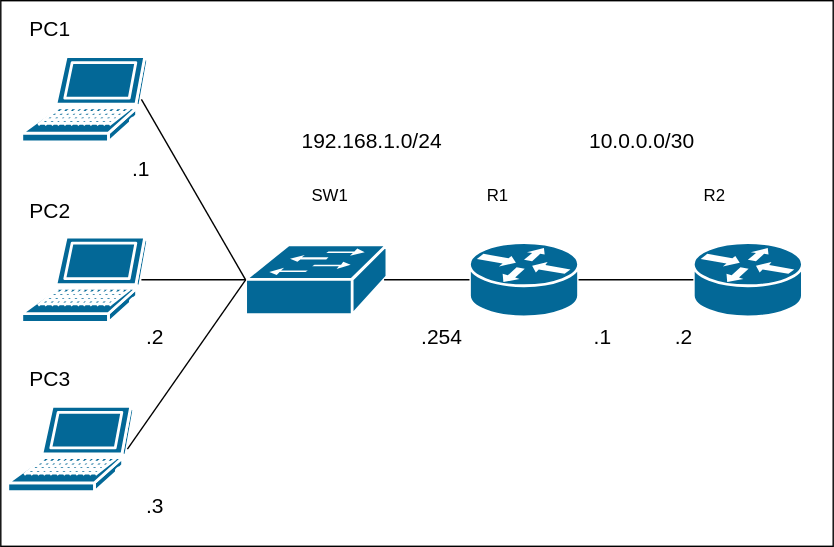
Before: basic_nat01/fig/pat01.drawio.svg, a diagram exported from draw.io (ECCNetLab/problems). Source tidied: cells renumbered, new cells last; positions are measured from the earlier drawing's top-left corner, leaving out a move shared by most shapes. The source it was exported from:
```xml
<mxGraphModel background="#ffffff">
  <root>
    <mxCell id="0" />
    <mxCell id="1" parent="0" />
    <mxCell id="2" style="rounded=0;whiteSpace=wrap;html=1;fontFamily=Helvetica;fontSize=12;fontColor=#000000;fillColor=none;gradientColor=none;" parent="1" vertex="1">
      <mxGeometry width="595" height="390" as="geometry" />
    </mxCell>
    <mxCell id="3" style="shape=mxgraph.cisco.routers.router;sketch=0;html=1;dashed=0;fillColor=#036897;strokeColor=#ffffff;strokeWidth=2;verticalLabelPosition=bottom;verticalAlign=top;align=center;outlineConnect=0;" parent="1" vertex="1">
      <mxGeometry x="335" y="173" width="78" height="53" as="geometry" />
    </mxCell>
    <mxCell id="4" style="shape=mxgraph.cisco.routers.router;sketch=0;html=1;dashed=0;fillColor=#036897;strokeColor=#ffffff;strokeWidth=2;verticalLabelPosition=bottom;verticalAlign=top;align=center;outlineConnect=0;" parent="1" vertex="1">
      <mxGeometry x="495" y="173" width="78" height="53" as="geometry" />
    </mxCell>
    <mxCell id="5" style="shape=mxgraph.cisco.switches.workgroup_switch;sketch=0;html=1;dashed=0;fillColor=#036897;strokeColor=#ffffff;strokeWidth=2;verticalLabelPosition=bottom;verticalAlign=top;align=center;outlineConnect=0;" parent="1" vertex="1">
      <mxGeometry x="175" y="174.5" width="101" height="50" as="geometry" />
    </mxCell>
    <mxCell id="6" style="shape=mxgraph.cisco.computers_and_peripherals.laptop;html=1;dashed=0;fillColor=#036897;strokeColor=#ffffff;strokeWidth=2;verticalLabelPosition=bottom;verticalAlign=top;align=center;outlineConnect=0;" parent="1" vertex="1">
      <mxGeometry x="15" y="40" width="90" height="61" as="geometry" />
    </mxCell>
    <mxCell id="7" style="shape=mxgraph.cisco.computers_and_peripherals.laptop;html=1;dashed=0;fillColor=#036897;strokeColor=#ffffff;strokeWidth=2;verticalLabelPosition=bottom;verticalAlign=top;align=center;outlineConnect=0;" parent="1" vertex="1">
      <mxGeometry x="15" y="169" width="90" height="61" as="geometry" />
    </mxCell>
    <mxCell id="8" style="shape=mxgraph.cisco.computers_and_peripherals.laptop;html=1;dashed=0;fillColor=#036897;strokeColor=#ffffff;strokeWidth=2;verticalLabelPosition=bottom;verticalAlign=top;align=center;outlineConnect=0;" parent="1" vertex="1">
      <mxGeometry x="5" y="290" width="90" height="61" as="geometry" />
    </mxCell>
    <mxCell id="9" style="endArrow=none;html=1;exitX=0.95;exitY=0.5;exitDx=0;exitDy=0;exitPerimeter=0;entryX=0;entryY=0.5;entryDx=0;entryDy=0;entryPerimeter=0;strokeColor=#000000;" parent="1" edge="1" source="6" target="5">
      <mxGeometry relative="1" as="geometry" />
    </mxCell>
    <mxCell id="10" style="endArrow=none;html=1;exitX=0.95;exitY=0.5;exitDx=0;exitDy=0;exitPerimeter=0;entryX=0;entryY=0.5;entryDx=0;entryDy=0;entryPerimeter=0;strokeColor=#000000;" parent="1" edge="1" source="7" target="5">
      <mxGeometry relative="1" as="geometry" />
    </mxCell>
    <mxCell id="11" style="endArrow=none;html=1;rounded=1;labelBackgroundColor=default;fontFamily=Helvetica;fontSize=11;fontColor=default;strokeColor=#000000;shape=connector;exitX=0.95;exitY=0.5;exitDx=0;exitDy=0;exitPerimeter=0;entryX=0;entryY=0.5;entryDx=0;entryDy=0;entryPerimeter=0;" parent="1" edge="1" source="8" target="5">
      <mxGeometry relative="1" as="geometry" />
    </mxCell>
    <mxCell id="12" style="endArrow=none;html=1;rounded=1;labelBackgroundColor=default;fontFamily=Helvetica;fontSize=11;fontColor=default;strokeColor=#000000;shape=connector;exitX=0.98;exitY=0.5;exitDx=0;exitDy=0;exitPerimeter=0;entryX=0;entryY=0.5;entryDx=0;entryDy=0;entryPerimeter=0;" parent="1" edge="1" source="5" target="3">
      <mxGeometry relative="1" as="geometry" />
    </mxCell>
    <mxCell id="13" style="endArrow=none;html=1;rounded=1;labelBackgroundColor=default;fontFamily=Helvetica;fontSize=11;fontColor=default;strokeColor=#000000;shape=connector;exitX=1;exitY=0.5;exitDx=0;exitDy=0;exitPerimeter=0;entryX=0;entryY=0.5;entryDx=0;entryDy=0;entryPerimeter=0;" parent="1" edge="1" source="3" target="4">
      <mxGeometry relative="1" as="geometry" />
    </mxCell>
    <mxCell id="14" value="PC1" style="text;html=1;align=center;verticalAlign=middle;strokeColor=none;fillColor=none;fontSize=15;fontFamily=Helvetica;fontColor=#000000;" parent="1" vertex="1">
      <mxGeometry x="15" y="10" width="40" height="20" as="geometry" />
    </mxCell>
    <mxCell id="15" value="PC2" style="text;html=1;align=center;verticalAlign=middle;strokeColor=none;fillColor=none;fontSize=15;fontFamily=Helvetica;fontColor=#000000;" parent="1" vertex="1">
      <mxGeometry x="15" y="140" width="40" height="20" as="geometry" />
    </mxCell>
    <mxCell id="16" value="PC3" style="text;html=1;align=center;verticalAlign=middle;strokeColor=none;fillColor=none;fontSize=15;fontFamily=Helvetica;fontColor=#000000;" parent="1" vertex="1">
      <mxGeometry x="15" y="260" width="40" height="20" as="geometry" />
    </mxCell>
    <mxCell id="17" value=".3" style="text;html=1;align=center;verticalAlign=middle;strokeColor=none;fillColor=none;fontSize=15;fontFamily=Helvetica;fontColor=#000000;" parent="1" vertex="1">
      <mxGeometry x="95" y="351" width="30" height="20" as="geometry" />
    </mxCell>
    <mxCell id="18" value=".2" style="text;html=1;align=center;verticalAlign=middle;strokeColor=none;fillColor=none;fontSize=15;fontFamily=Helvetica;fontColor=#000000;" parent="1" vertex="1">
      <mxGeometry x="95" y="230" width="30" height="20" as="geometry" />
    </mxCell>
    <mxCell id="19" value=".1" style="text;html=1;align=center;verticalAlign=middle;strokeColor=none;fillColor=none;fontSize=15;fontFamily=Helvetica;fontColor=#000000;" parent="1" vertex="1">
      <mxGeometry x="85" y="110" width="30" height="20" as="geometry" />
    </mxCell>
    <mxCell id="20" value="192.168.1.0/24" style="text;html=1;align=center;verticalAlign=middle;strokeColor=none;fillColor=none;fontSize=15;fontFamily=Helvetica;fontColor=#000000;" parent="1" vertex="1">
      <mxGeometry x="205" y="90" width="120" height="20" as="geometry" />
    </mxCell>
    <mxCell id="21" value=".254" style="text;html=1;align=center;verticalAlign=middle;strokeColor=none;fillColor=none;fontSize=15;fontFamily=Helvetica;fontColor=#000000;" parent="1" vertex="1">
      <mxGeometry x="295" y="230" width="40" height="20" as="geometry" />
    </mxCell>
    <mxCell id="22" value="10.0.0.0/30" style="text;html=1;align=center;verticalAlign=middle;strokeColor=none;fillColor=none;fontSize=15;fontFamily=Helvetica;fontColor=#000000;" parent="1" vertex="1">
      <mxGeometry x="413" y="90" width="90" height="20" as="geometry" />
    </mxCell>
    <mxCell id="23" value=".1" style="text;html=1;align=center;verticalAlign=middle;strokeColor=none;fillColor=none;fontSize=15;fontFamily=Helvetica;fontColor=#000000;" parent="1" vertex="1">
      <mxGeometry x="415" y="230" width="30" height="20" as="geometry" />
    </mxCell>
    <mxCell id="24" value=".2" style="text;html=1;align=center;verticalAlign=middle;strokeColor=none;fillColor=none;fontSize=15;fontFamily=Helvetica;fontColor=#000000;" parent="1" vertex="1">
      <mxGeometry x="473" y="230" width="30" height="20" as="geometry" />
    </mxCell>
    <mxCell id="25" value="&lt;font color=&quot;#000000&quot;&gt;SW1&lt;/font&gt;" style="text;html=1;align=center;verticalAlign=middle;strokeColor=none;fillColor=none;" parent="1" vertex="1">
      <mxGeometry x="215" y="130" width="40" height="20" as="geometry" />
    </mxCell>
    <mxCell id="26" value="&lt;font color=&quot;#000000&quot;&gt;R1&lt;/font&gt;" style="text;html=1;align=center;verticalAlign=middle;strokeColor=none;fillColor=none;fontSize=12;fontFamily=Helvetica;fontColor=default;" parent="1" vertex="1">
      <mxGeometry x="340" y="130" width="30" height="20" as="geometry" />
    </mxCell>
    <mxCell id="27" value="&lt;font color=&quot;#000000&quot;&gt;R2&lt;/font&gt;" style="text;html=1;align=center;verticalAlign=middle;strokeColor=none;fillColor=none;fontSize=12;fontFamily=Helvetica;fontColor=default;" parent="1" vertex="1">
      <mxGeometry x="495" y="130" width="30" height="20" as="geometry" />
    </mxCell>
  </root>
</mxGraphModel>
```
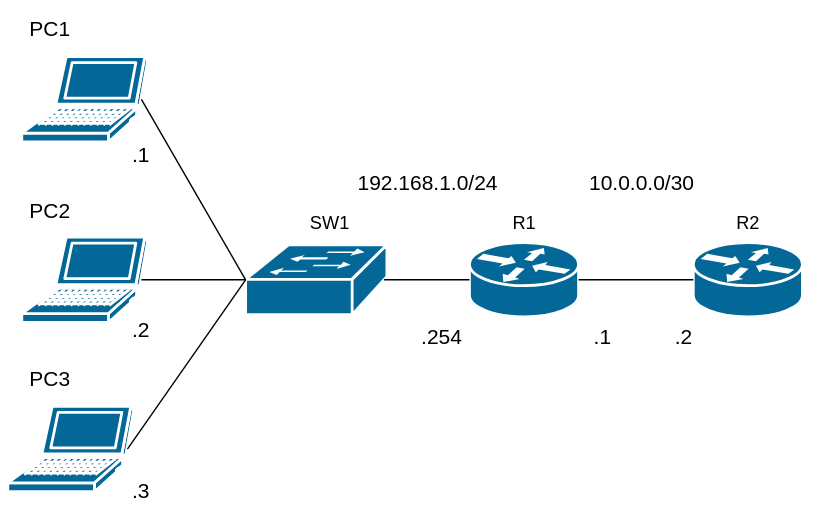
Above is the later version.

The edit, as a diff of the source:
```diff
@@ -1,9 +1,9 @@
-<mxGraphModel background="#ffffff">
+<mxGraphModel>
   <root>
     <mxCell id="0" />
     <mxCell id="1" parent="0" />
-    <mxCell id="2" style="rounded=0;whiteSpace=wrap;html=1;fontFamily=Helvetica;fontSize=12;fontColor=#000000;fillColor=none;gradientColor=none;" parent="1" vertex="1">
-      <mxGeometry width="595" height="390" as="geometry" />
+    <mxCell id="2" style="rounded=0;whiteSpace=wrap;html=1;fontFamily=Helvetica;fontSize=12;fontColor=#000000;fillColor=#FFFFFF;gradientColor=none;strokeColor=none;" parent="1" vertex="1">
+      <mxGeometry width="585" height="370" as="geometry" />
     </mxCell>
     <mxCell id="3" style="shape=mxgraph.cisco.routers.router;sketch=0;html=1;dashed=0;fillColor=#036897;strokeColor=#ffffff;strokeWidth=2;verticalLabelPosition=bottom;verticalAlign=top;align=center;outlineConnect=0;" parent="1" vertex="1">
       <mxGeometry x="335" y="173" width="78" height="53" as="geometry" />
@@ -48,22 +48,22 @@
       <mxGeometry x="15" y="260" width="40" height="20" as="geometry" />
     </mxCell>
     <mxCell id="17" value=".3" style="text;html=1;align=center;verticalAlign=middle;strokeColor=none;fillColor=none;fontSize=15;fontFamily=Helvetica;fontColor=#000000;" parent="1" vertex="1">
-      <mxGeometry x="95" y="351" width="30" height="20" as="geometry" />
+      <mxGeometry x="85" y="340" width="30" height="20" as="geometry" />
     </mxCell>
     <mxCell id="18" value=".2" style="text;html=1;align=center;verticalAlign=middle;strokeColor=none;fillColor=none;fontSize=15;fontFamily=Helvetica;fontColor=#000000;" parent="1" vertex="1">
-      <mxGeometry x="95" y="230" width="30" height="20" as="geometry" />
+      <mxGeometry x="85" y="224.5" width="30" height="20" as="geometry" />
     </mxCell>
     <mxCell id="19" value=".1" style="text;html=1;align=center;verticalAlign=middle;strokeColor=none;fillColor=none;fontSize=15;fontFamily=Helvetica;fontColor=#000000;" parent="1" vertex="1">
-      <mxGeometry x="85" y="110" width="30" height="20" as="geometry" />
+      <mxGeometry x="85" y="100" width="30" height="20" as="geometry" />
     </mxCell>
     <mxCell id="20" value="192.168.1.0/24" style="text;html=1;align=center;verticalAlign=middle;strokeColor=none;fillColor=none;fontSize=15;fontFamily=Helvetica;fontColor=#000000;" parent="1" vertex="1">
-      <mxGeometry x="205" y="90" width="120" height="20" as="geometry" />
+      <mxGeometry x="245" y="120" width="120" height="20" as="geometry" />
     </mxCell>
     <mxCell id="21" value=".254" style="text;html=1;align=center;verticalAlign=middle;strokeColor=none;fillColor=none;fontSize=15;fontFamily=Helvetica;fontColor=#000000;" parent="1" vertex="1">
       <mxGeometry x="295" y="230" width="40" height="20" as="geometry" />
     </mxCell>
     <mxCell id="22" value="10.0.0.0/30" style="text;html=1;align=center;verticalAlign=middle;strokeColor=none;fillColor=none;fontSize=15;fontFamily=Helvetica;fontColor=#000000;" parent="1" vertex="1">
-      <mxGeometry x="413" y="90" width="90" height="20" as="geometry" />
+      <mxGeometry x="413" y="120" width="90" height="20" as="geometry" />
     </mxCell>
     <mxCell id="23" value=".1" style="text;html=1;align=center;verticalAlign=middle;strokeColor=none;fillColor=none;fontSize=15;fontFamily=Helvetica;fontColor=#000000;" parent="1" vertex="1">
       <mxGeometry x="415" y="230" width="30" height="20" as="geometry" />
@@ -71,14 +71,14 @@
     <mxCell id="24" value=".2" style="text;html=1;align=center;verticalAlign=middle;strokeColor=none;fillColor=none;fontSize=15;fontFamily=Helvetica;fontColor=#000000;" parent="1" vertex="1">
       <mxGeometry x="473" y="230" width="30" height="20" as="geometry" />
     </mxCell>
-    <mxCell id="25" value="&lt;font color=&quot;#000000&quot;&gt;SW1&lt;/font&gt;" style="text;html=1;align=center;verticalAlign=middle;strokeColor=none;fillColor=none;" parent="1" vertex="1">
-      <mxGeometry x="215" y="130" width="40" height="20" as="geometry" />
+    <mxCell id="25" value="&lt;font color=&quot;#000000&quot; style=&quot;font-size: 13px;&quot;&gt;SW1&lt;/font&gt;" style="text;html=1;align=center;verticalAlign=middle;strokeColor=none;fillColor=none;fontSize=13;" parent="1" vertex="1">
+      <mxGeometry x="215" y="149" width="40" height="20" as="geometry" />
     </mxCell>
-    <mxCell id="26" value="&lt;font color=&quot;#000000&quot;&gt;R1&lt;/font&gt;" style="text;html=1;align=center;verticalAlign=middle;strokeColor=none;fillColor=none;fontSize=12;fontFamily=Helvetica;fontColor=default;" parent="1" vertex="1">
-      <mxGeometry x="340" y="130" width="30" height="20" as="geometry" />
+    <mxCell id="26" value="&lt;font color=&quot;#000000&quot; style=&quot;font-size: 13px;&quot;&gt;R1&lt;/font&gt;" style="text;html=1;align=center;verticalAlign=middle;strokeColor=none;fillColor=none;fontSize=13;fontFamily=Helvetica;fontColor=default;" parent="1" vertex="1">
+      <mxGeometry x="359" y="149" width="30" height="20" as="geometry" />
     </mxCell>
-    <mxCell id="27" value="&lt;font color=&quot;#000000&quot;&gt;R2&lt;/font&gt;" style="text;html=1;align=center;verticalAlign=middle;strokeColor=none;fillColor=none;fontSize=12;fontFamily=Helvetica;fontColor=default;" parent="1" vertex="1">
-      <mxGeometry x="495" y="130" width="30" height="20" as="geometry" />
+    <mxCell id="27" value="&lt;font color=&quot;#000000&quot; style=&quot;font-size: 13px;&quot;&gt;R2&lt;/font&gt;" style="text;html=1;align=center;verticalAlign=middle;strokeColor=none;fillColor=none;fontSize=13;fontFamily=Helvetica;fontColor=default;" parent="1" vertex="1">
+      <mxGeometry x="519" y="149" width="30" height="20" as="geometry" />
     </mxCell>
   </root>
 </mxGraphModel>
```
